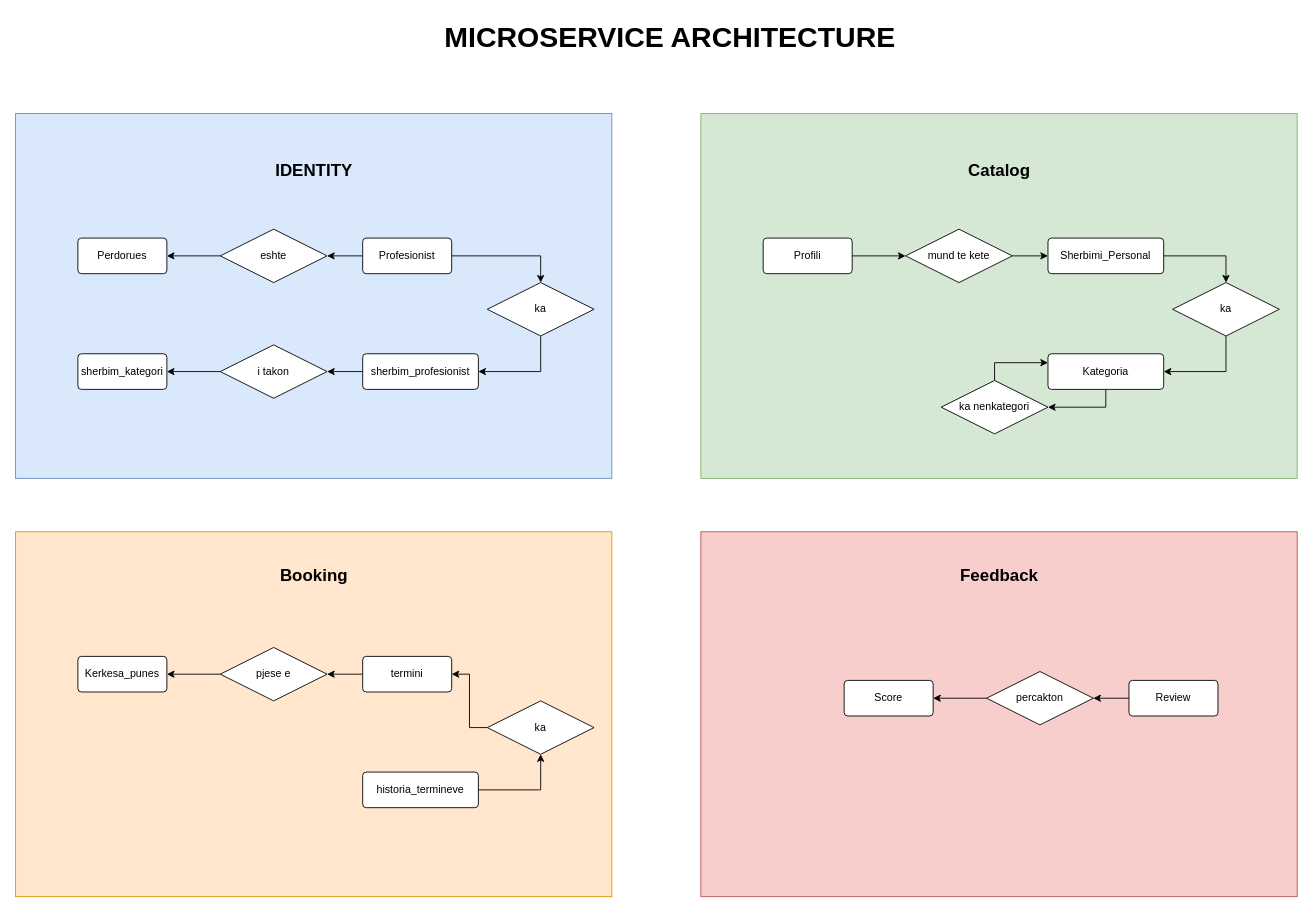
Before: page "ERD" (1 of 5) of docs/database_diagram.drawio in redonbrovina/Fiks, a draw.io diagram. Source tidied: cells renumbered, new cells numbered last; positions are measured from the earlier drawing's top-left corner, leaving out a move shared by most shapes. Both pictures are drawn from the tidied source at 89%, with x=0, y=0 at pixel (15, 15).
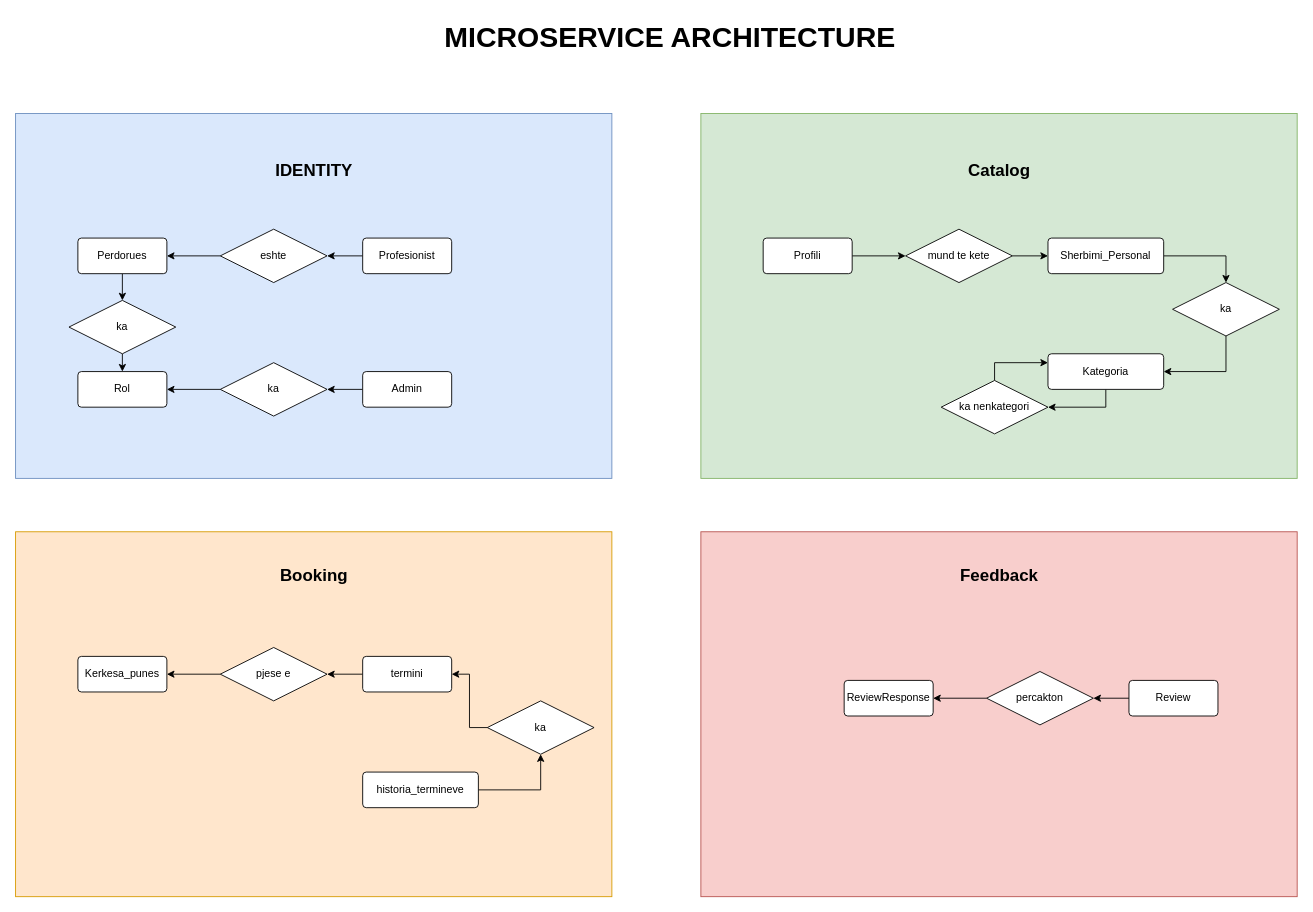
The same diagram, later.

Unchanged cells that the change refers to:
```xml
<mxCell id="3" value="Perdorues" style="rounded=1;arcSize=10;whiteSpace=wrap;html=1;align=center;" parent="1" vertex="1">
  <mxGeometry x="70" y="250" width="100" height="40" as="geometry" />
</mxCell>
<mxCell id="6" value="Profesionist" style="rounded=1;arcSize=10;whiteSpace=wrap;html=1;align=center;" parent="1" vertex="1">
  <mxGeometry x="390" y="250" width="100" height="40" as="geometry" />
</mxCell>
```

The edit, as a diff of the source:
```diff
@@
+    <mxCell id="53" style="edgeStyle=orthogonalEdgeStyle;rounded=0;jettySize=auto;html=1;exitX=0.5;exitY=1;exitDx=0;exitDy=0;entryX=0.5;entryY=0;entryDx=0;entryDy=0;" parent="1" edge="1" source="3" target="60">
+      <mxGeometry relative="1" as="geometry" />
+    </mxCell>
@@
-    <mxCell id="5" style="edgeStyle=orthogonalEdgeStyle;rounded=0;jettySize=auto;html=1;exitX=1;exitY=0.5;exitDx=0;exitDy=0;entryX=0.5;entryY=0;entryDx=0;entryDy=0;" parent="1" edge="1" source="6" target="15">
-      <mxGeometry relative="1" as="geometry" />
-    </mxCell>
@@
-    <mxCell id="9" value="sherbim_kategori" style="rounded=1;arcSize=10;whiteSpace=wrap;html=1;align=center;" parent="1" vertex="1">
-      <mxGeometry x="70" y="380" width="100" height="40" as="geometry" />
-    </mxCell>
-    <mxCell id="10" style="edgeStyle=orthogonalEdgeStyle;rounded=0;jettySize=auto;html=1;entryX=1;entryY=0.5;entryDx=0;entryDy=0;" parent="1" edge="1" source="11" target="13">
-      <mxGeometry relative="1" as="geometry" />
+    <mxCell id="10" style="edgeStyle=orthogonalEdgeStyle;rounded=0;orthogonalLoop=1;jettySize=auto;html=1;entryX=1;entryY=0.5;entryDx=0;entryDy=0;" parent="1" edge="1">
+      <mxGeometry relative="1" as="geometry">
+        <mxPoint x="350" y="400" as="targetPoint" />
+      </mxGeometry>
     </mxCell>
-    <mxCell id="11" value="sherbim_profesionist" style="rounded=1;arcSize=10;whiteSpace=wrap;html=1;align=center;" parent="1" vertex="1">
-      <mxGeometry x="390" y="380" width="130" height="40" as="geometry" />
-    </mxCell>
-    <mxCell id="12" style="edgeStyle=orthogonalEdgeStyle;rounded=0;jettySize=auto;html=1;exitX=0;exitY=0.5;exitDx=0;exitDy=0;entryX=1;entryY=0.5;entryDx=0;entryDy=0;" parent="1" edge="1" source="13" target="9">
-      <mxGeometry relative="1" as="geometry" />
+    <mxCell id="12" style="edgeStyle=orthogonalEdgeStyle;rounded=0;orthogonalLoop=1;jettySize=auto;html=1;exitX=0;exitY=0.5;exitDx=0;exitDy=0;entryX=1;entryY=0.5;entryDx=0;entryDy=0;" parent="1" edge="1">
+      <mxGeometry relative="1" as="geometry">
+        <mxPoint x="170" y="400" as="targetPoint" />
+      </mxGeometry>
     </mxCell>
-    <mxCell id="13" value="i takon" style="shape=rhombus;perimeter=rhombusPerimeter;whiteSpace=wrap;html=1;align=center;" parent="1" vertex="1">
-      <mxGeometry x="230" y="370" width="120" height="60" as="geometry" />
-    </mxCell>
-    <mxCell id="14" style="edgeStyle=orthogonalEdgeStyle;rounded=0;jettySize=auto;html=1;entryX=1;entryY=0.5;entryDx=0;entryDy=0;" parent="1" edge="1" source="15" target="11">
-      <mxGeometry relative="1" as="geometry">
-        <Array as="points">
-          <mxPoint x="590" y="400" />
-        </Array>
-      </mxGeometry>
-    </mxCell>
-    <mxCell id="15" value="ka" style="shape=rhombus;perimeter=rhombusPerimeter;whiteSpace=wrap;html=1;align=center;" parent="1" vertex="1">
-      <mxGeometry x="530" y="300" width="120" height="60" as="geometry" />
-    </mxCell>
@@
-    <mxCell id="41" value="Score" style="rounded=1;arcSize=10;whiteSpace=wrap;html=1;align=center;" parent="1" vertex="1">
+    <mxCell id="41" value="ReviewResponse" style="rounded=1;arcSize=10;whiteSpace=wrap;html=1;align=center;" parent="1" vertex="1">
       <mxGeometry x="931" y="747" width="100" height="40" as="geometry" />
     </mxCell>
@@
+    <mxCell id="54" value="Rol" style="rounded=1;arcSize=10;whiteSpace=wrap;html=1;align=center;" parent="1" vertex="1">
+      <mxGeometry x="70" y="400" width="100" height="40" as="geometry" />
+    </mxCell>
+    <mxCell id="55" style="edgeStyle=orthogonalEdgeStyle;rounded=0;jettySize=auto;html=1;entryX=1;entryY=0.5;entryDx=0;entryDy=0;" parent="1" edge="1" source="56" target="58">
+      <mxGeometry relative="1" as="geometry" />
+    </mxCell>
+    <mxCell id="56" value="Admin" style="rounded=1;arcSize=10;whiteSpace=wrap;html=1;align=center;" parent="1" vertex="1">
+      <mxGeometry x="390" y="400" width="100" height="40" as="geometry" />
+    </mxCell>
+    <mxCell id="57" style="edgeStyle=orthogonalEdgeStyle;rounded=0;jettySize=auto;html=1;entryX=1;entryY=0.5;entryDx=0;entryDy=0;" parent="1" edge="1" source="58" target="54">
+      <mxGeometry relative="1" as="geometry" />
+    </mxCell>
+    <mxCell id="58" value="ka" style="shape=rhombus;perimeter=rhombusPerimeter;whiteSpace=wrap;html=1;align=center;" parent="1" vertex="1">
+      <mxGeometry x="230" y="390" width="120" height="60" as="geometry" />
+    </mxCell>
+    <mxCell id="59" style="edgeStyle=orthogonalEdgeStyle;rounded=0;jettySize=auto;html=1;exitX=0.5;exitY=1;exitDx=0;exitDy=0;entryX=0.5;entryY=0;entryDx=0;entryDy=0;" parent="1" edge="1" source="60" target="54">
+      <mxGeometry relative="1" as="geometry" />
+    </mxCell>
+    <mxCell id="60" value="ka" style="shape=rhombus;perimeter=rhombusPerimeter;whiteSpace=wrap;html=1;align=center;" parent="1" vertex="1">
+      <mxGeometry x="60" y="320" width="120" height="60" as="geometry" />
+    </mxCell>
```
